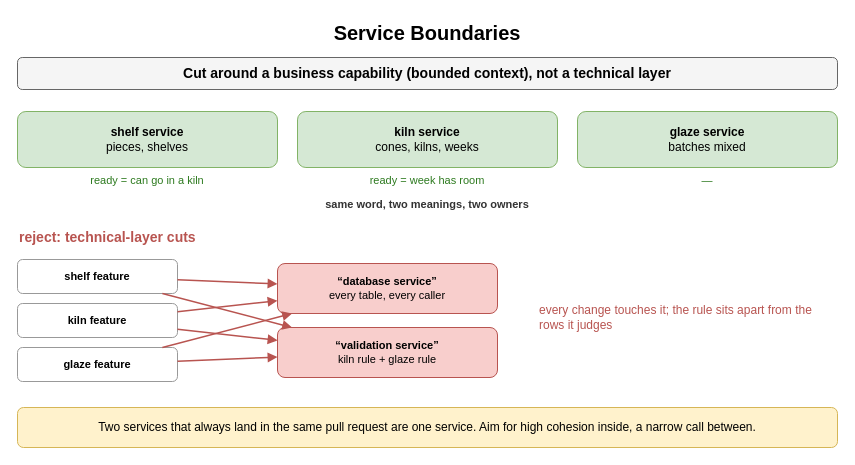
amendez13/swe-study-guide keeps this draw.io diagram as page "Service Boundaries" (3 of 9) of content/09_System_Design_Interview/12_Microservices_and_System_Decomposition/diagrams/microservices.drawio. Above is the earlier version. Source tidied: cells renumbered, new cells numbered last; positions are measured from the earlier drawing's top-left corner, leaving out a move shared by most shapes. Both pictures are drawn from the tidied source at 100%, with x=0, y=0 at pixel (17, 17).
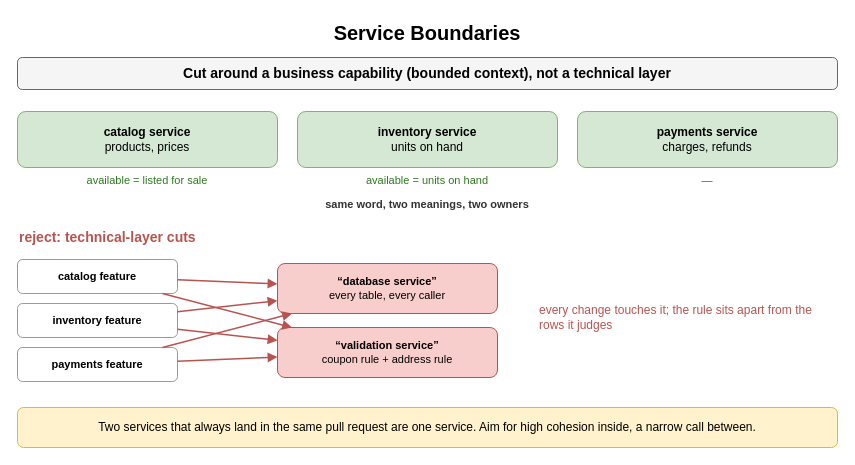
After the change.

Diff of the diagram source:
```diff
@@
-    <mxCell id="4" value="shelf service&lt;br&gt;&lt;span style='font-weight:normal'&gt;pieces, shelves&lt;/span&gt;" style="rounded=1;whiteSpace=wrap;html=1;fillColor=#d5e8d4;strokeColor=#82b366;fontSize=12;align=center;fontStyle=1;" parent="1" vertex="1">
+    <mxCell id="4" value="catalog service&lt;br&gt;&lt;span style='font-weight:normal'&gt;products, prices&lt;/span&gt;" style="rounded=1;whiteSpace=wrap;html=1;fillColor=#d5e8d4;strokeColor=#82b366;fontSize=12;align=center;fontStyle=1;" parent="1" vertex="1">
       <mxGeometry y="94" width="260" height="56" as="geometry" />
     </mxCell>
-    <mxCell id="5" value="ready = can go in a kiln" style="text;html=1;whiteSpace=wrap;fontSize=11;align=center;verticalAlign=middle;fontSize=11;fontColor=#2d7a1f;" parent="1" vertex="1">
+    <mxCell id="5" value="available = listed for sale" style="text;html=1;whiteSpace=wrap;fontSize=11;align=center;verticalAlign=middle;fontSize=11;fontColor=#2d7a1f;" parent="1" vertex="1">
       <mxGeometry y="154" width="260" height="18" as="geometry" />
     </mxCell>
-    <mxCell id="6" value="kiln service&lt;br&gt;&lt;span style='font-weight:normal'&gt;cones, kilns, weeks&lt;/span&gt;" style="rounded=1;whiteSpace=wrap;html=1;fillColor=#d5e8d4;strokeColor=#82b366;fontSize=12;align=center;fontStyle=1;" parent="1" vertex="1">
+    <mxCell id="6" value="inventory service&lt;br&gt;&lt;span style='font-weight:normal'&gt;units on hand&lt;/span&gt;" style="rounded=1;whiteSpace=wrap;html=1;fillColor=#d5e8d4;strokeColor=#82b366;fontSize=12;align=center;fontStyle=1;" parent="1" vertex="1">
       <mxGeometry x="280" y="94" width="260" height="56" as="geometry" />
     </mxCell>
-    <mxCell id="7" value="ready = week has room" style="text;html=1;whiteSpace=wrap;fontSize=11;align=center;verticalAlign=middle;fontSize=11;fontColor=#2d7a1f;" parent="1" vertex="1">
+    <mxCell id="7" value="available = units on hand" style="text;html=1;whiteSpace=wrap;fontSize=11;align=center;verticalAlign=middle;fontSize=11;fontColor=#2d7a1f;" parent="1" vertex="1">
       <mxGeometry x="280" y="154" width="260" height="18" as="geometry" />
     </mxCell>
-    <mxCell id="8" value="glaze service&lt;br&gt;&lt;span style='font-weight:normal'&gt;batches mixed&lt;/span&gt;" style="rounded=1;whiteSpace=wrap;html=1;fillColor=#d5e8d4;strokeColor=#82b366;fontSize=12;align=center;fontStyle=1;" parent="1" vertex="1">
+    <mxCell id="8" value="payments service&lt;br&gt;&lt;span style='font-weight:normal'&gt;charges, refunds&lt;/span&gt;" style="rounded=1;whiteSpace=wrap;html=1;fillColor=#d5e8d4;strokeColor=#82b366;fontSize=12;align=center;fontStyle=1;" parent="1" vertex="1">
       <mxGeometry x="560" y="94" width="260" height="56" as="geometry" />
     </mxCell>
@@
-    <mxCell id="12" value="shelf feature" style="rounded=1;whiteSpace=wrap;html=1;fillColor=#ffffff;strokeColor=#999999;fontSize=11;align=center;fontStyle=1;" parent="1" vertex="1">
+    <mxCell id="12" value="catalog feature" style="rounded=1;whiteSpace=wrap;html=1;fillColor=#ffffff;strokeColor=#999999;fontSize=11;align=center;fontStyle=1;" parent="1" vertex="1">
       <mxGeometry y="242" width="160" height="34" as="geometry" />
     </mxCell>
-    <mxCell id="13" value="kiln feature" style="rounded=1;whiteSpace=wrap;html=1;fillColor=#ffffff;strokeColor=#999999;fontSize=11;align=center;fontStyle=1;" parent="1" vertex="1">
+    <mxCell id="13" value="inventory feature" style="rounded=1;whiteSpace=wrap;html=1;fillColor=#ffffff;strokeColor=#999999;fontSize=11;align=center;fontStyle=1;" parent="1" vertex="1">
       <mxGeometry y="286" width="160" height="34" as="geometry" />
     </mxCell>
-    <mxCell id="14" value="glaze feature" style="rounded=1;whiteSpace=wrap;html=1;fillColor=#ffffff;strokeColor=#999999;fontSize=11;align=center;fontStyle=1;" parent="1" vertex="1">
+    <mxCell id="14" value="payments feature" style="rounded=1;whiteSpace=wrap;html=1;fillColor=#ffffff;strokeColor=#999999;fontSize=11;align=center;fontStyle=1;" parent="1" vertex="1">
       <mxGeometry y="330" width="160" height="34" as="geometry" />
     </mxCell>
@@
-    <mxCell id="16" value="“validation service”&lt;br&gt;&lt;span style='font-weight:normal'&gt;kiln rule + glaze rule&lt;/span&gt;" style="rounded=1;whiteSpace=wrap;html=1;fillColor=#f8cecc;strokeColor=#b85450;fontSize=11;align=center;fontStyle=1;" parent="1" vertex="1">
+    <mxCell id="16" value="“validation service”&lt;br&gt;&lt;span style='font-weight:normal'&gt;coupon rule + address rule&lt;/span&gt;" style="rounded=1;whiteSpace=wrap;html=1;fillColor=#f8cecc;strokeColor=#b85450;fontSize=11;align=center;fontStyle=1;" parent="1" vertex="1">
       <mxGeometry x="260" y="310" width="220" height="50" as="geometry" />
     </mxCell>
```
